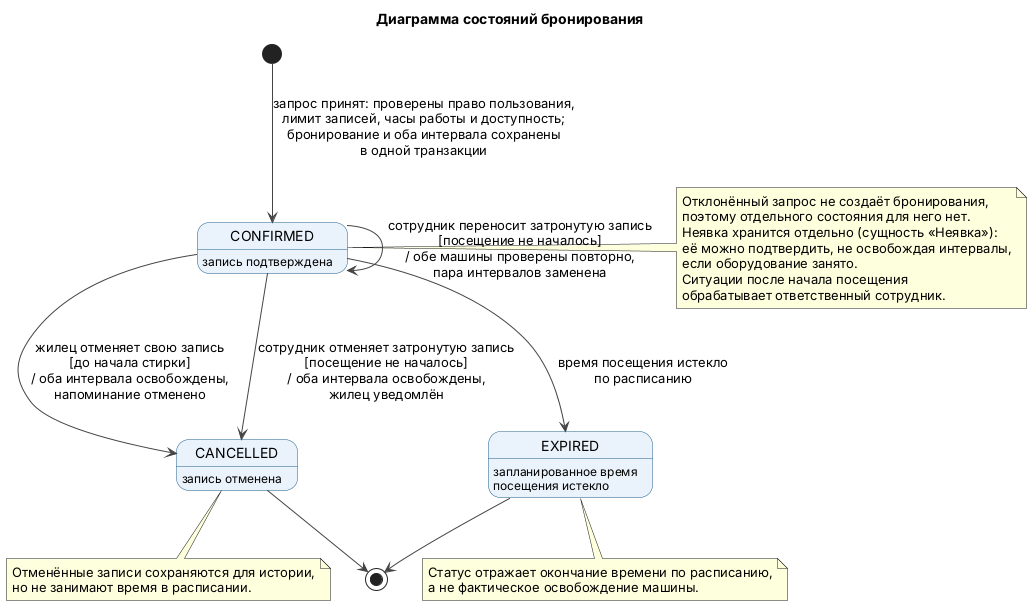
This is img/state_booking.png from TioSatrio100/laundry-dormitory, a PlantUML export, as it was before one commit.
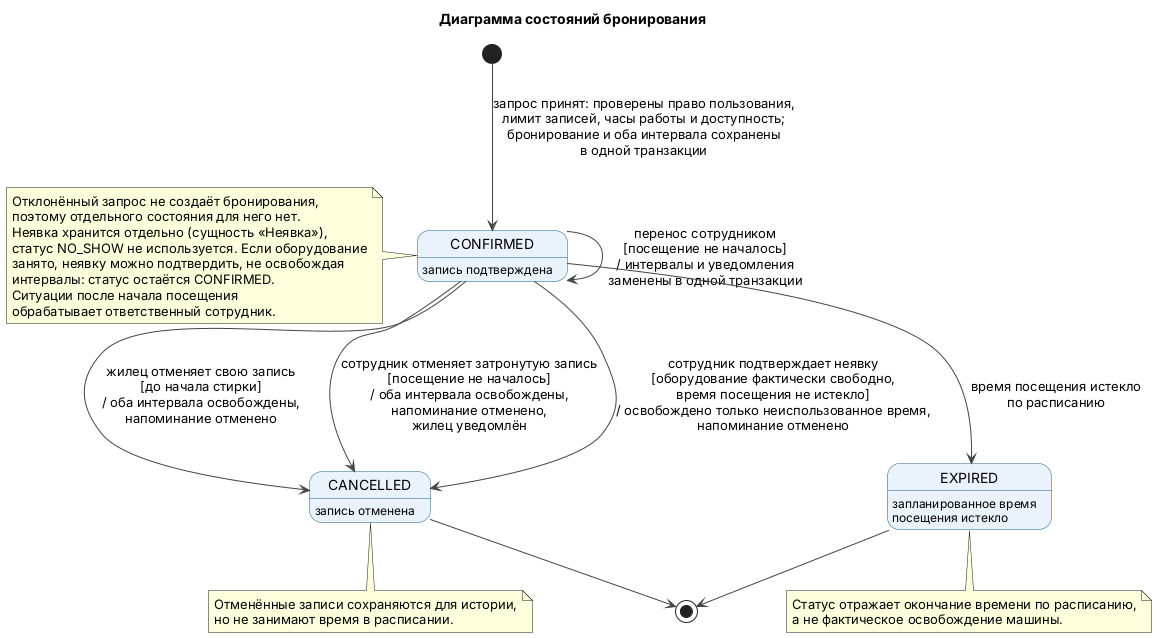
The same diagram one commit later.

Diff of the diagram source:
```diff
@@ -16,19 +16,21 @@
 state EXPIRED : запланированное время\nпосещения истекло
 
 CONFIRMED --> CANCELLED : жилец отменяет свою запись\n[до начала стирки]\n/ оба интервала освобождены,\nнапоминание отменено
-CONFIRMED --> CANCELLED : сотрудник отменяет затронутую запись\n[посещение не началось]\n/ оба интервала освобождены,\nжилец уведомлён
-CONFIRMED --> CONFIRMED : сотрудник переносит затронутую запись\n[посещение не началось]\n/ обе машины проверены повторно,\nпара интервалов заменена
+CONFIRMED --> CANCELLED : сотрудник отменяет затронутую запись\n[посещение не началось]\n/ оба интервала освобождены,\nнапоминание отменено,\nжилец уведомлён
+CONFIRMED --> CONFIRMED : перенос сотрудником\n[посещение не началось]\n/ интервалы и уведомления\nзаменены в одной транзакции
+CONFIRMED --> CANCELLED : сотрудник подтверждает неявку\n[оборудование фактически свободно,\nвремя посещения не истекло]\n/ освобождено только неиспользованное время,\nнапоминание отменено
 CONFIRMED --> EXPIRED : время посещения истекло\nпо расписанию
 
 CANCELLED --> [*]
 EXPIRED --> [*]
 
-note right of CONFIRMED
+note left of CONFIRMED
   Отклонённый запрос не создаёт бронирования,
   поэтому отдельного состояния для него нет.
-  Неявка хранится отдельно (сущность «Неявка»):
-  её можно подтвердить, не освобождая интервалы,
-  если оборудование занято.
+  Неявка хранится отдельно (сущность «Неявка»),
+  статус NO_SHOW не используется. Если оборудование
+  занято, неявку можно подтвердить, не освобождая
+  интервалы: статус остаётся CONFIRMED.
   Ситуации после начала посещения
   обрабатывает ответственный сотрудник.
 end note
```
